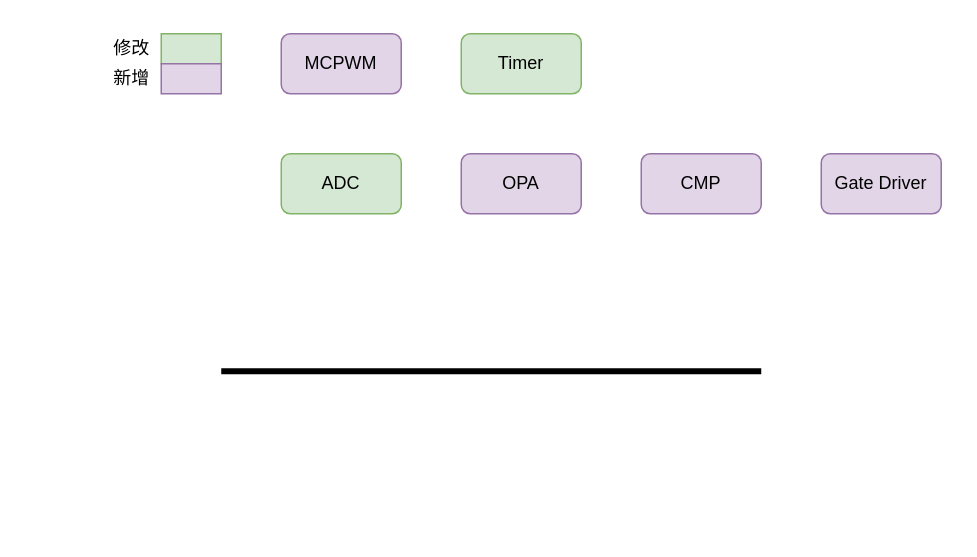
The draw.io diagram page "IP 层 介绍" (8 of 8) of 电驱芯片外设介绍.drawio in Vinson-001/Blog-flow-chart, before the edit. Source tidied: cells renumbered, new cells numbered last; positions are measured from the earlier drawing's top-left corner, leaving out a move shared by most shapes. Both pictures are drawn from the tidied source at 150%, with x=0, y=0 at pixel (93, 26).
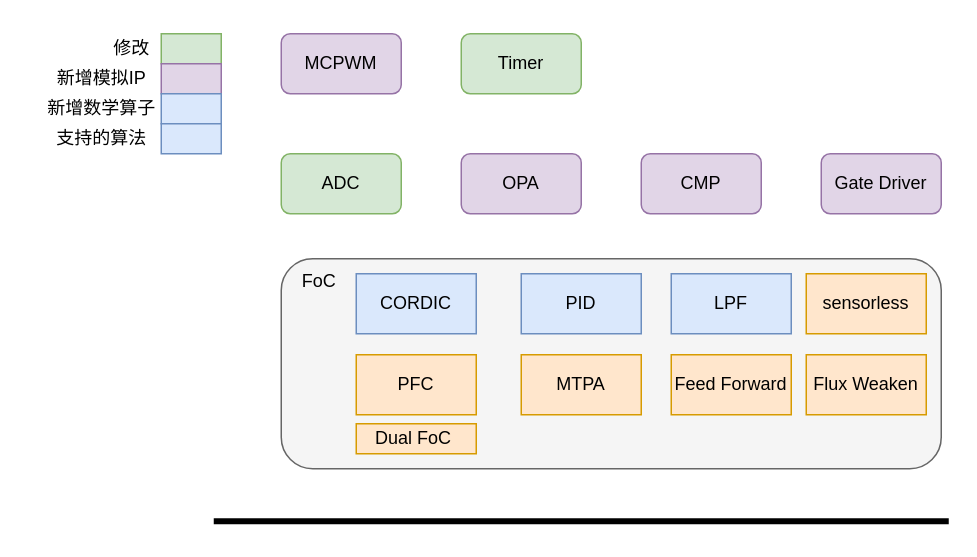
The same diagram, later.

Commit message (it also covers changes not shown here):
更新电驱芯片外设介绍.drawio

What changed in the source:
```diff
@@
+    <mxCell id="13" style="rounded=1;whiteSpace=wrap;html=1;fillColor=#f5f5f5;fontColor=#333333;strokeColor=#666666;" parent="1" vertex="1">
+      <mxGeometry x="125" y="155" width="440" height="140" as="geometry" />
+    </mxCell>
@@
     <mxCell id="7" style="line;strokeWidth=4;html=1;perimeter=backbonePerimeter;" parent="1" vertex="1">
-      <mxGeometry x="85" y="225" width="360" height="10" as="geometry" />
+      <mxGeometry x="80" y="325" width="490" height="10" as="geometry" />
     </mxCell>
@@
-    <mxCell id="12" value="新增" style="text;html=1;align=center;verticalAlign=middle;strokeColor=none;fillColor=none;" parent="1" vertex="1">
-      <mxGeometry y="20" width="50" height="30" as="geometry" />
+    <mxCell id="12" value="新增模拟IP" style="text;html=1;align=center;verticalAlign=middle;strokeColor=none;fillColor=none;" parent="1" vertex="1">
+      <mxGeometry x="-35" y="20" width="80" height="30" as="geometry" />
     </mxCell>
+    <mxCell id="14" value="CORDIC" style="rounded=0;whiteSpace=wrap;html=1;fillColor=#dae8fc;strokeColor=#6c8ebf;" parent="1" vertex="1">
+      <mxGeometry x="175" y="165" width="80" height="40" as="geometry" />
+    </mxCell>
+    <mxCell id="15" value="PID" style="rounded=0;whiteSpace=wrap;html=1;fillColor=#dae8fc;strokeColor=#6c8ebf;" parent="1" vertex="1">
+      <mxGeometry x="285" y="165" width="80" height="40" as="geometry" />
+    </mxCell>
+    <mxCell id="16" value="LPF" style="rounded=0;whiteSpace=wrap;html=1;fillColor=#dae8fc;strokeColor=#6c8ebf;" parent="1" vertex="1">
+      <mxGeometry x="385" y="165" width="80" height="40" as="geometry" />
+    </mxCell>
+    <mxCell id="17" value="PFC" style="rounded=0;whiteSpace=wrap;html=1;fillColor=#ffe6cc;strokeColor=#d79b00;" parent="1" vertex="1">
+      <mxGeometry x="175" y="219" width="80" height="40" as="geometry" />
+    </mxCell>
+    <mxCell id="18" value="FoC" style="text;html=1;align=center;verticalAlign=middle;strokeColor=none;fillColor=none;" parent="1" vertex="1">
+      <mxGeometry x="125" y="155" width="50" height="30" as="geometry" />
+    </mxCell>
+    <mxCell id="19" value="MTPA" style="rounded=0;whiteSpace=wrap;html=1;fillColor=#ffe6cc;strokeColor=#d79b00;" parent="1" vertex="1">
+      <mxGeometry x="285" y="219" width="80" height="40" as="geometry" />
+    </mxCell>
+    <mxCell id="20" value="Feed Forward" style="rounded=0;whiteSpace=wrap;html=1;fillColor=#ffe6cc;strokeColor=#d79b00;" parent="1" vertex="1">
+      <mxGeometry x="385" y="219" width="80" height="40" as="geometry" />
+    </mxCell>
+    <mxCell id="21" value="Flux Weaken" style="rounded=0;whiteSpace=wrap;html=1;fillColor=#ffe6cc;strokeColor=#d79b00;" parent="1" vertex="1">
+      <mxGeometry x="475" y="219" width="80" height="40" as="geometry" />
+    </mxCell>
+    <mxCell id="22" style="rounded=0;whiteSpace=wrap;html=1;fillColor=#dae8fc;strokeColor=#6c8ebf;" parent="1" vertex="1">
+      <mxGeometry x="45" y="45" width="40" height="20" as="geometry" />
+    </mxCell>
+    <mxCell id="23" value="新增数学算子" style="text;html=1;align=center;verticalAlign=middle;strokeColor=none;fillColor=none;" parent="1" vertex="1">
+      <mxGeometry x="-45" y="40" width="100" height="30" as="geometry" />
+    </mxCell>
+    <mxCell id="24" value="sensorless" style="rounded=0;whiteSpace=wrap;html=1;fillColor=#ffe6cc;strokeColor=#d79b00;" parent="1" vertex="1">
+      <mxGeometry x="475" y="165" width="80" height="40" as="geometry" />
+    </mxCell>
+    <mxCell id="25" style="rounded=0;whiteSpace=wrap;html=1;fillColor=#dae8fc;strokeColor=#6c8ebf;" parent="1" vertex="1">
+      <mxGeometry x="45" y="65" width="40" height="20" as="geometry" />
+    </mxCell>
+    <mxCell id="26" value="支持的算法" style="text;html=1;align=center;verticalAlign=middle;strokeColor=none;fillColor=none;" parent="1" vertex="1">
+      <mxGeometry x="-35" y="60" width="80" height="30" as="geometry" />
+    </mxCell>
+    <mxCell id="27" value="Dual FoC&amp;nbsp;" style="rounded=0;whiteSpace=wrap;html=1;fillColor=#ffe6cc;strokeColor=#d79b00;" parent="1" vertex="1">
+      <mxGeometry x="175" y="265" width="80" height="20" as="geometry" />
+    </mxCell>
```
